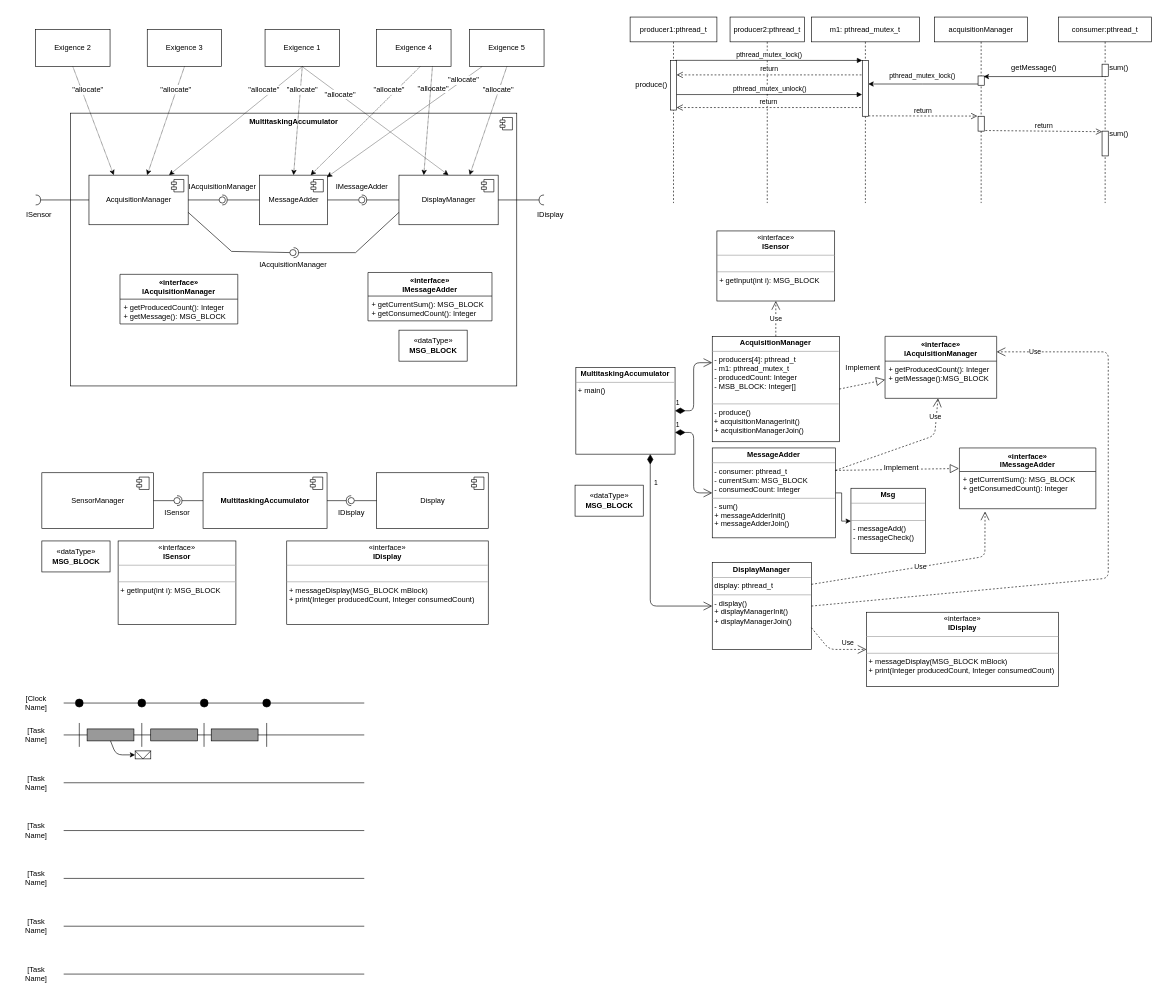
Above: exercice-1/diagrams/conception_v2.drawio in alafSantos/multitasking_training_practical_work (draw.io), before the change. Source tidied: cells renumbered, new cells numbered last; positions are measured from the earlier drawing's top-left corner, leaving out a move shared by most shapes. Both pictures are drawn from the tidied source at 62%, with x=0, y=0 at pixel (17, 17).
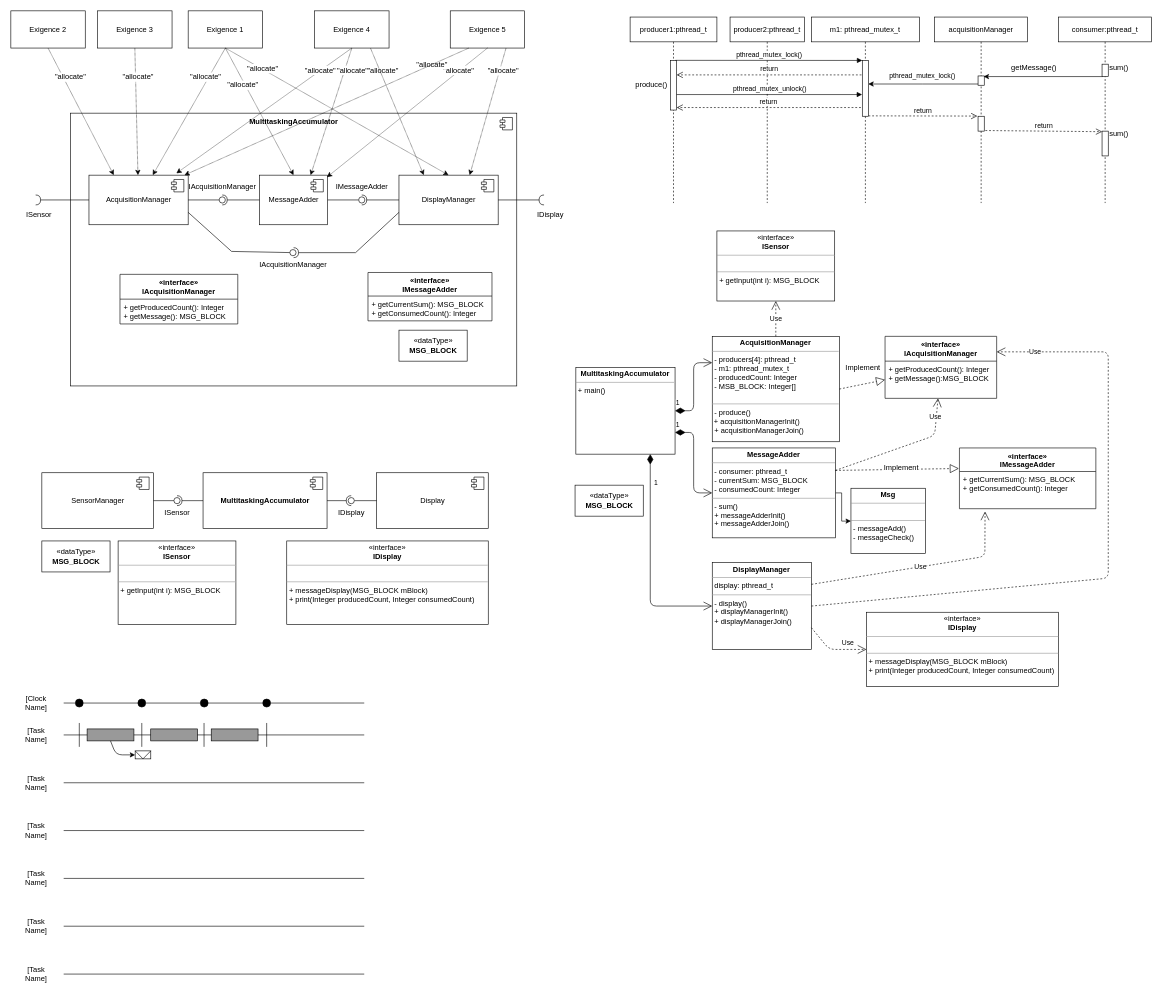
After the change.

Unchanged cells that the change refers to:
```xml
<mxCell id="31" value="&lt;span style=&quot;text-align: left&quot;&gt;MessageAdder&lt;/span&gt;" style="html=1;" parent="29" vertex="1">
  <mxGeometry x="305" y="100" width="110" height="80" as="geometry" />
</mxCell>
<mxCell id="32" style="shape=component;jettyWidth=8;jettyHeight=4;" parent="31" vertex="1">
  <mxGeometry x="1" width="20" height="20" relative="1" as="geometry">
    <mxPoint x="-27" y="7" as="offset" />
  </mxGeometry>
</mxCell>
<mxCell id="35" value="&lt;div style=&quot;text-align: left&quot;&gt;AcquisitionManager&lt;br&gt;&lt;/div&gt;" style="html=1;" parent="29" vertex="1">
  <mxGeometry x="30" y="100" width="160" height="80" as="geometry" />
</mxCell>
<mxCell id="51" value="IAcquisitionManager" style="text;html=1;align=center;" parent="29" vertex="1">
  <mxGeometry x="190" y="105" width="110" height="30" as="geometry" />
</mxCell>
<mxCell id="88" style="endArrow=classic;html=1;exitX=0.5;exitY=1;exitDx=0;exitDy=0;dashed=1;dashPattern=1 1;entryX=0.5;entryY=0;entryDx=0;entryDy=0;" parent="1" edge="1" source="74" target="31">
  <mxGeometry relative="1" as="geometry" />
</mxCell>
<mxCell id="90" style="endArrow=classic;html=1;dashed=1;dashPattern=1 1;entryX=0.5;entryY=0;entryDx=0;entryDy=0;exitX=0.5;exitY=1;exitDx=0;exitDy=0;" parent="1" edge="1" source="74" target="33">
  <mxGeometry relative="1" as="geometry" />
</mxCell>
<mxCell id="155" style="endArrow=classic;html=1;exitX=0.75;exitY=1;exitDx=0;exitDy=0;dashed=1;dashPattern=1 1;entryX=0.25;entryY=0;entryDx=0;entryDy=0;" parent="1" edge="1" source="147" target="33">
  <mxGeometry relative="1" as="geometry" />
</mxCell>
```

The edit, as a diff of the source:
```diff
@@
     <mxCell id="74" value="Exigence 1" style="rounded=0;whiteSpace=wrap;html=1;" parent="1" vertex="1">
-      <mxGeometry x="400" y="20" width="120" height="60" as="geometry" />
+      <mxGeometry x="276" y="-10" width="120" height="60" as="geometry" />
     </mxCell>
@@
     <mxCell id="89" value="&quot;allocate&quot;" style="text;html=1;align=center;verticalAlign=middle;labelBackgroundColor=#ffffff;" parent="88" vertex="1">
       <mxGeometry x="-0.39" relative="1" as="geometry">
-        <mxPoint x="3.4" y="-16.1" as="offset" />
+        <mxPoint x="-6" y="-3" as="offset" />
       </mxGeometry>
     </mxCell>
@@
     <mxCell id="91" value="&quot;allocate&quot;" style="text;html=1;align=center;verticalAlign=middle;labelBackgroundColor=#ffffff;" parent="90" vertex="1">
       <mxGeometry x="-0.39" relative="1" as="geometry">
-        <mxPoint x="-12" y="-9" as="offset" />
+        <mxPoint x="-50" y="-30" as="offset" />
       </mxGeometry>
     </mxCell>
     <mxCell id="92" value="Exigence 2" style="rounded=0;whiteSpace=wrap;html=1;" parent="1" vertex="1">
-      <mxGeometry x="30" y="20" width="120" height="60" as="geometry" />
+      <mxGeometry x="-10" y="-10" width="120" height="60" as="geometry" />
     </mxCell>
@@
     <mxCell id="144" value="Exigence 3" style="rounded=0;whiteSpace=wrap;html=1;" parent="1" vertex="1">
-      <mxGeometry x="210" y="20" width="120" height="60" as="geometry" />
+      <mxGeometry x="130" y="-10" width="120" height="60" as="geometry" />
     </mxCell>
@@
     <mxCell id="147" value="Exigence 4" style="rounded=0;whiteSpace=wrap;html=1;" parent="1" vertex="1">
-      <mxGeometry x="580" y="20" width="120" height="60" as="geometry" />
+      <mxGeometry x="480" y="-10" width="120" height="60" as="geometry" />
     </mxCell>
     <mxCell id="148" value="Exigence 5" style="rounded=0;whiteSpace=wrap;html=1;" parent="1" vertex="1">
-      <mxGeometry x="730" y="20" width="120" height="60" as="geometry" />
+      <mxGeometry x="698.7" y="-10" width="120" height="60" as="geometry" />
     </mxCell>
-    <mxCell id="149" style="endArrow=classic;html=1;exitX=0.5;exitY=1;exitDx=0;exitDy=0;dashed=1;dashPattern=1 1;" parent="1" edge="1">
+    <mxCell id="149" style="endArrow=classic;html=1;dashed=1;dashPattern=1 1;exitX=0.75;exitY=1;exitDx=0;exitDy=0;" parent="1" edge="1" source="148">
       <mxGeometry relative="1" as="geometry">
-        <mxPoint x="790" y="80" as="sourcePoint" />
         <mxPoint x="730" y="255" as="targetPoint" />
       </mxGeometry>
     </mxCell>
     <mxCell id="150" value="&quot;allocate&quot;" style="text;html=1;align=center;verticalAlign=middle;labelBackgroundColor=#ffffff;" parent="149" vertex="1">
       <mxGeometry x="-0.39" relative="1" as="geometry">
-        <mxPoint x="3.4" y="-16.1" as="offset" />
+        <mxPoint x="13" y="-26" as="offset" />
       </mxGeometry>
     </mxCell>
-    <mxCell id="151" style="endArrow=classic;html=1;exitX=0.5;exitY=1;exitDx=0;exitDy=0;dashed=1;dashPattern=1 1;entryX=0.75;entryY=0;entryDx=0;entryDy=0;" parent="1" edge="1" target="31">
-      <mxGeometry relative="1" as="geometry">
-        <mxPoint x="650" y="80" as="sourcePoint" />
-      </mxGeometry>
+    <mxCell id="151" style="endArrow=classic;html=1;exitX=0.5;exitY=1;exitDx=0;exitDy=0;dashed=1;dashPattern=1 1;entryX=0.75;entryY=0;entryDx=0;entryDy=0;" parent="1" edge="1" source="147" target="31">
+      <mxGeometry relative="1" as="geometry" />
     </mxCell>
     <mxCell id="152" value="&quot;allocate&quot;" style="text;html=1;align=center;verticalAlign=middle;labelBackgroundColor=#ffffff;" parent="151" vertex="1">
       <mxGeometry x="-0.39" relative="1" as="geometry">
-        <mxPoint x="3.4" y="-16.1" as="offset" />
+        <mxPoint x="70" y="-27" as="offset" />
       </mxGeometry>
     </mxCell>
-    <mxCell id="153" style="endArrow=classic;html=1;exitX=0.5;exitY=1;exitDx=0;exitDy=0;dashed=1;dashPattern=1 1;entryX=1.293;entryY=-0.186;entryDx=0;entryDy=0;entryPerimeter=0;" parent="1" edge="1" target="32">
-      <mxGeometry relative="1" as="geometry">
-        <mxPoint x="750" y="80" as="sourcePoint" />
-      </mxGeometry>
+    <mxCell id="153" style="endArrow=classic;html=1;exitX=0.5;exitY=1;exitDx=0;exitDy=0;dashed=1;dashPattern=1 1;entryX=1.293;entryY=-0.186;entryDx=0;entryDy=0;entryPerimeter=0;" parent="1" edge="1" source="148" target="32">
+      <mxGeometry relative="1" as="geometry" />
     </mxCell>
     <mxCell id="154" value="&quot;allocate&quot;" style="text;html=1;align=center;verticalAlign=middle;labelBackgroundColor=#ffffff;" parent="153" vertex="1">
       <mxGeometry x="-0.39" relative="1" as="geometry">
-        <mxPoint x="-3" y="-20" as="offset" />
+        <mxPoint x="31" y="-28" as="offset" />
       </mxGeometry>
     </mxCell>
@@
     <mxCell id="156" value="&quot;allocate&quot;" style="text;html=1;align=center;verticalAlign=middle;labelBackgroundColor=#ffffff;" parent="155" vertex="1">
       <mxGeometry x="-0.39" relative="1" as="geometry">
-        <mxPoint x="54" y="-32" as="offset" />
+        <mxPoint x="72" y="-36" as="offset" />
       </mxGeometry>
     </mxCell>
+    <mxCell id="157" style="endArrow=classic;html=1;exitX=0.5;exitY=1;exitDx=0;exitDy=0;dashed=1;dashPattern=1 1;entryX=0.881;entryY=-0.037;entryDx=0;entryDy=0;entryPerimeter=0;" parent="1" edge="1" source="147" target="35">
+      <mxGeometry relative="1" as="geometry" />
+    </mxCell>
+    <mxCell id="158" value="&quot;allocate&quot;" style="text;html=1;align=center;verticalAlign=middle;labelBackgroundColor=#ffffff;" parent="157" vertex="1">
+      <mxGeometry x="-0.39" relative="1" as="geometry">
+        <mxPoint x="35" y="-26" as="offset" />
+      </mxGeometry>
+    </mxCell>
+    <mxCell id="159" style="endArrow=classic;html=1;exitX=0.25;exitY=1;exitDx=0;exitDy=0;dashed=1;dashPattern=1 1;entryX=-0.055;entryY=-0.167;entryDx=0;entryDy=0;entryPerimeter=0;" parent="1" edge="1" source="148" target="51">
+      <mxGeometry relative="1" as="geometry" />
+    </mxCell>
+    <mxCell id="160" value="&quot;allocate&quot;" style="text;html=1;align=center;verticalAlign=middle;labelBackgroundColor=#ffffff;" parent="159" vertex="1">
+      <mxGeometry x="-0.39" relative="1" as="geometry">
+        <mxPoint x="-49" y="-27" as="offset" />
+      </mxGeometry>
+    </mxCell>
```
